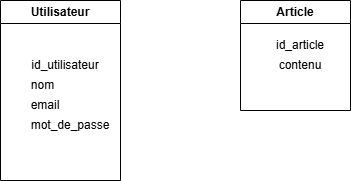
Before: MCD.png, a diagram exported from draw.io (Guilyane/DWWM-blog). Source tidied: cells renumbered, new cells last; positions are measured from the earlier drawing's top-left corner, leaving out a move shared by most shapes.
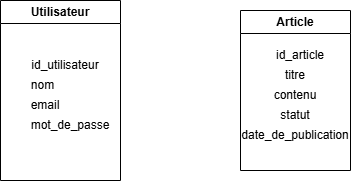
After the commit.

What changed in the source:
```diff
@@ -18,13 +18,22 @@
       <mxGeometry x="30" y="110" width="80" height="30" as="geometry" />
     </mxCell>
     <mxCell id="7" value="Article" style="swimlane;whiteSpace=wrap;html=1;" parent="1" vertex="1">
-      <mxGeometry x="240" width="110" height="110" as="geometry" />
+      <mxGeometry x="240" y="10" width="110" height="160" as="geometry" />
     </mxCell>
     <mxCell id="8" value="id_article" style="text;html=1;whiteSpace=wrap;strokeColor=none;fillColor=none;align=center;verticalAlign=middle;rounded=0;" parent="7" vertex="1">
       <mxGeometry x="30" y="30" width="60" height="30" as="geometry" />
     </mxCell>
     <mxCell id="9" value="contenu" style="text;html=1;whiteSpace=wrap;strokeColor=none;fillColor=none;align=center;verticalAlign=middle;rounded=0;" parent="7" vertex="1">
-      <mxGeometry x="30" y="50" width="60" height="30" as="geometry" />
+      <mxGeometry x="25" y="70" width="60" height="30" as="geometry" />
     </mxCell>
+    <mxCell id="10" value="titre" style="text;html=1;whiteSpace=wrap;strokeColor=none;fillColor=none;align=center;verticalAlign=middle;rounded=0;" parent="7" vertex="1">
+      <mxGeometry x="25" y="50" width="60" height="30" as="geometry" />
+    </mxCell>
+    <mxCell id="11" value="statut" style="text;html=1;whiteSpace=wrap;strokeColor=none;fillColor=none;align=center;verticalAlign=middle;rounded=0;" parent="7" vertex="1">
+      <mxGeometry x="25" y="90" width="60" height="30" as="geometry" />
+    </mxCell>
+    <mxCell id="12" value="date_de_publication" style="text;html=1;whiteSpace=wrap;strokeColor=none;fillColor=none;align=center;verticalAlign=middle;rounded=0;" parent="7" vertex="1">
+      <mxGeometry x="25" y="110" width="60" height="30" as="geometry" />
+    </mxCell>
   </root>
 </mxGraphModel>
```
